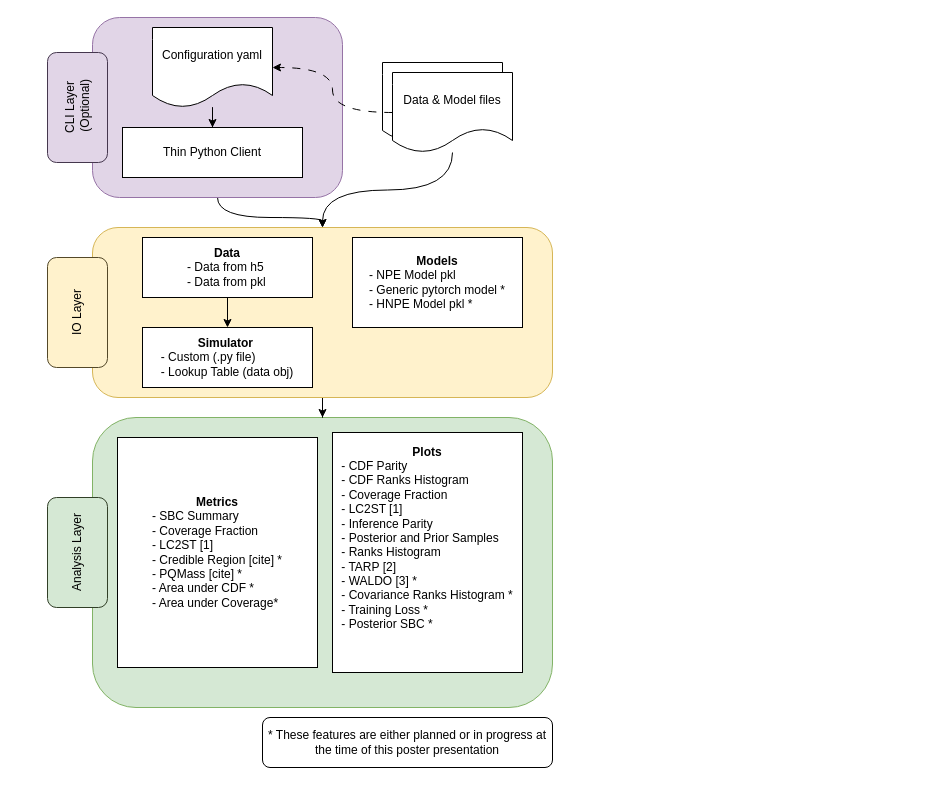
Earlier version of the draw.io diagram images/Untitled Diagram.drawio (voetberg/DeepDiagnostics). Source tidied: cells renumbered, new cells numbered last; positions are measured from the earlier drawing's top-left corner, leaving out a move shared by most shapes. Both pictures are drawn from the tidied source at 100%, with x=0, y=0 at pixel (22, 17).
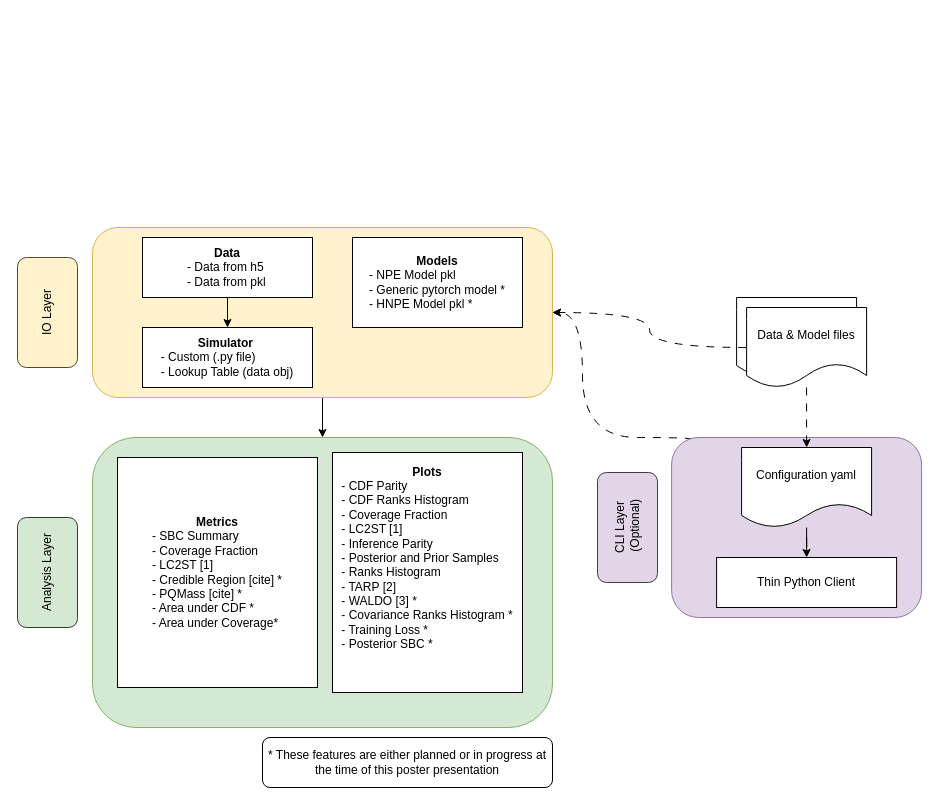
Above is the later version.

Commit message:
Horizontal layout

The change refers to these unchanged cells:
```xml
<mxCell id="6" style="rounded=1;whiteSpace=wrap;html=1;fillColor=#fff2cc;strokeColor=#d6b656;" parent="1" vertex="1">
  <mxGeometry x="70" y="210" width="460" height="170" as="geometry" />
</mxCell>
<mxCell id="16" value="Data &amp;amp; Model files" style="shape=document;whiteSpace=wrap;html=1;boundedLbl=1;" parent="14" vertex="1">
  <mxGeometry x="10" y="10" width="120" height="80" as="geometry" />
</mxCell>
```

Change to the diagram source:
```diff
@@
     <mxCell id="2" style="rounded=1;whiteSpace=wrap;html=1;fillColor=#d5e8d4;strokeColor=#82b366;" parent="1" vertex="1">
-      <mxGeometry x="70" y="400" width="460" height="290" as="geometry" />
+      <mxGeometry x="70" y="420" width="460" height="290" as="geometry" />
     </mxCell>
-    <mxCell id="3" style="edgeStyle=orthogonalEdgeStyle;rounded=0;jettySize=auto;html=1;entryX=0.5;entryY=0;entryDx=0;entryDy=0;curved=1;" parent="1" edge="1" source="4" target="6">
-      <mxGeometry relative="1" as="geometry" />
+    <mxCell id="3" style="edgeStyle=orthogonalEdgeStyle;rounded=0;jettySize=auto;html=1;entryX=1;entryY=0.5;entryDx=0;entryDy=0;exitX=0.084;exitY=0.011;exitDx=0;exitDy=0;exitPerimeter=0;curved=1;dashed=1;dashPattern=8 8;" parent="1" edge="1" source="4" target="6">
+      <mxGeometry relative="1" as="geometry">
+        <Array as="points">
+          <mxPoint x="670" y="420" />
+          <mxPoint x="560" y="420" />
+          <mxPoint x="560" y="295" />
+        </Array>
+      </mxGeometry>
     </mxCell>
     <mxCell id="4" style="rounded=1;whiteSpace=wrap;html=1;fillColor=#e1d5e7;strokeColor=#9673a6;" parent="1" vertex="1">
-      <mxGeometry x="70" width="250" height="180" as="geometry" />
+      <mxGeometry x="649.1" y="420" width="250" height="180" as="geometry" />
     </mxCell>
@@
     <mxCell id="7" value="Thin Python Client" style="rounded=0;whiteSpace=wrap;html=1;" parent="1" vertex="1">
-      <mxGeometry x="100" y="110" width="180" height="50" as="geometry" />
+      <mxGeometry x="694.1" y="540" width="180" height="50" as="geometry" />
     </mxCell>
@@
-    <mxCell id="12" style="edgeStyle=orthogonalEdgeStyle;rounded=0;jettySize=auto;html=1;entryX=0.5;entryY=0;entryDx=0;entryDy=0;" parent="1" edge="1" source="13" target="7">
+    <mxCell id="12" style="edgeStyle=orthogonalEdgeStyle;rounded=0;jettySize=auto;html=1;" parent="1" edge="1" source="13" target="7">
       <mxGeometry relative="1" as="geometry" />
     </mxCell>
     <mxCell id="13" value="Configuration yaml" style="shape=document;whiteSpace=wrap;html=1;boundedLbl=1;" parent="1" vertex="1">
-      <mxGeometry x="130" y="10" width="120" height="80" as="geometry" />
+      <mxGeometry x="719.1" y="430" width="130" height="80" as="geometry" />
     </mxCell>
     <mxCell id="14" style="group;" parent="1" vertex="1">
-      <mxGeometry x="360" y="45" width="130" height="90" as="geometry" />
+      <mxGeometry x="714.1" y="280" width="130" height="90" as="geometry" />
     </mxCell>
@@
     <mxCell id="17" value="CLI Layer&lt;br&gt;&amp;nbsp;(Optional)" style="rounded=1;whiteSpace=wrap;html=1;rotation=-90;fillColor=#e1d5e7;strokeColor=light-dark(#45374e, #9577a3);" parent="1" vertex="1">
-      <mxGeometry y="60" width="110" height="60" as="geometry" />
+      <mxGeometry x="550" y="480" width="110" height="60" as="geometry" />
     </mxCell>
     <mxCell id="18" value="IO Layer" style="rounded=1;whiteSpace=wrap;html=1;rotation=-90;fillColor=#fff2cc;strokeColor=light-dark(#534828, #6d5100);" parent="1" vertex="1">
-      <mxGeometry y="265" width="110" height="60" as="geometry" />
+      <mxGeometry x="-30" y="265" width="110" height="60" as="geometry" />
     </mxCell>
     <mxCell id="19" value="Analysis Layer" style="rounded=1;whiteSpace=wrap;html=1;rotation=-90;fillColor=#d5e8d4;strokeColor=light-dark(#313f27, #446e2c);" parent="1" vertex="1">
-      <mxGeometry y="505" width="110" height="60" as="geometry" />
+      <mxGeometry x="-30" y="525" width="110" height="60" as="geometry" />
     </mxCell>
-    <mxCell id="20" style="edgeStyle=orthogonalEdgeStyle;rounded=0;jettySize=auto;html=1;curved=1;dashed=1;dashPattern=8 8;" parent="1" edge="1" source="16" target="13">
-      <mxGeometry relative="1" as="geometry" />
-    </mxCell>
-    <mxCell id="21" style="edgeStyle=orthogonalEdgeStyle;rounded=0;jettySize=auto;html=1;entryX=0.5;entryY=0;entryDx=0;entryDy=0;curved=1;" parent="1" edge="1" source="16" target="6">
-      <mxGeometry relative="1" as="geometry" />
-    </mxCell>
     <mxCell id="22" value="&lt;div&gt;&lt;b&gt;Plots&lt;/b&gt;&lt;/div&gt;&lt;div&gt;&lt;div align=&quot;left&quot;&gt;- CDF Parity&lt;/div&gt;&lt;div align=&quot;left&quot;&gt;- CDF Ranks Histogram&lt;/div&gt;&lt;div align=&quot;left&quot;&gt;- Coverage Fraction&amp;nbsp;&lt;/div&gt;&lt;div align=&quot;left&quot;&gt;- LC2ST [1]&lt;/div&gt;&lt;div align=&quot;left&quot;&gt;- Inference Parity&lt;/div&gt;&lt;div align=&quot;left&quot;&gt;- Posterior and Prior Samples&amp;nbsp;&lt;/div&gt;&lt;div align=&quot;left&quot;&gt;- Ranks Histogram&lt;/div&gt;&lt;div align=&quot;left&quot;&gt;- TARP [2]&lt;/div&gt;&lt;div align=&quot;left&quot;&gt;- WALDO [3] *&amp;nbsp;&lt;/div&gt;&lt;div align=&quot;left&quot;&gt;- Covariance Ranks Histogram *&lt;/div&gt;&lt;div align=&quot;left&quot;&gt;- Training Loss *&amp;nbsp;&lt;/div&gt;&lt;div align=&quot;left&quot;&gt;- Posterior SBC *&lt;/div&gt;&lt;br&gt;&lt;br&gt;&lt;/div&gt;" style="rounded=0;whiteSpace=wrap;html=1;" parent="1" vertex="1">
-      <mxGeometry x="310" y="415" width="190" height="240" as="geometry" />
+      <mxGeometry x="310" y="435" width="190" height="240" as="geometry" />
     </mxCell>
     <mxCell id="23" value="&lt;div&gt;&lt;b&gt;Metrics&lt;/b&gt;&lt;/div&gt;&lt;div align=&quot;left&quot;&gt;- SBC Summary&lt;/div&gt;&lt;div align=&quot;left&quot;&gt;- Coverage Fraction&amp;nbsp;&lt;/div&gt;&lt;div align=&quot;left&quot;&gt;- LC2ST [1]&lt;/div&gt;&lt;div align=&quot;left&quot;&gt;- Credible Region [cite] *&lt;/div&gt;&lt;div align=&quot;left&quot;&gt;- PQMass [cite] *&lt;/div&gt;&lt;div align=&quot;left&quot;&gt;- Area under CDF *&lt;/div&gt;&lt;div align=&quot;left&quot;&gt;- Area under Coverage*&amp;nbsp;&lt;/div&gt;" style="rounded=0;whiteSpace=wrap;html=1;" parent="1" vertex="1">
-      <mxGeometry x="95" y="420" width="200" height="230" as="geometry" />
+      <mxGeometry x="95" y="440" width="200" height="230" as="geometry" />
     </mxCell>
     <mxCell id="24" value="* These features are either planned or in progress at the time of this poster presentation" style="rounded=1;whiteSpace=wrap;html=1;" parent="1" vertex="1">
-      <mxGeometry x="240" y="700" width="290" height="50" as="geometry" />
+      <mxGeometry x="240" y="720" width="290" height="50" as="geometry" />
     </mxCell>
+    <mxCell id="20" style="edgeStyle=orthogonalEdgeStyle;rounded=0;jettySize=auto;html=1;dashed=1;dashPattern=8 8;" parent="1" edge="1" source="16" target="13">
+      <mxGeometry relative="1" as="geometry" />
+    </mxCell>
+    <mxCell id="21" style="edgeStyle=orthogonalEdgeStyle;rounded=0;jettySize=auto;html=1;curved=1;dashed=1;dashPattern=8 8;" parent="1" edge="1" source="16" target="6">
+      <mxGeometry relative="1" as="geometry" />
+    </mxCell>
```
